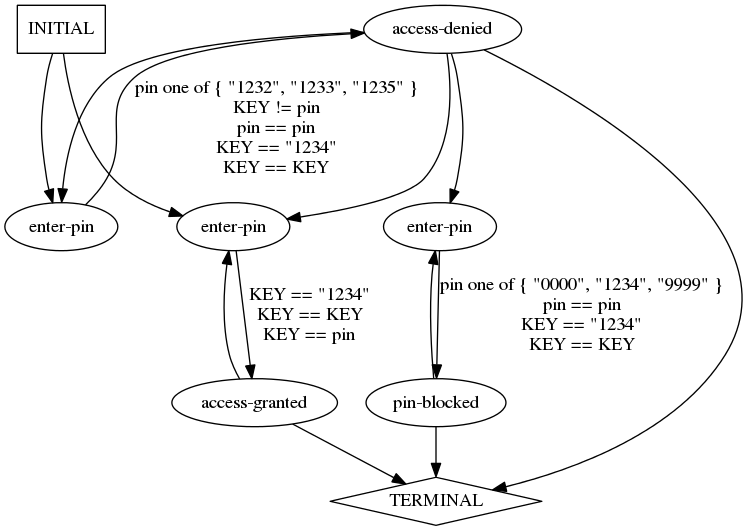
Earlier version of the Graphviz export traces/abstract/verify-pin/verify-pin.dot.png (ModelInference/synoptic). Its source is kept beside it as traces/abstract/verify-pin/verify-pin.dot.
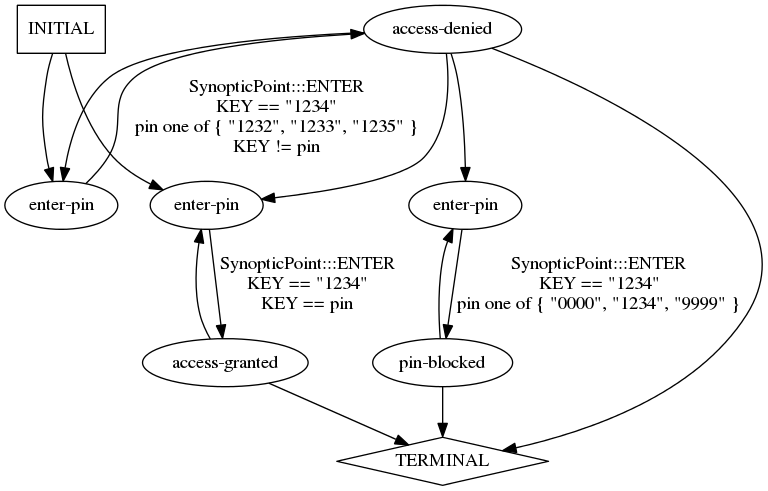
The same diagram one commit later.

What changed in the source:
```diff
@@ -13,9 +13,9 @@
 0->6 [label="",];
 1->3 [label="",];
 1->6 [label="",];
-2->0 [label="pin one of { \"1232\", \"1233\", \"1235\" }\nKEY != pin\npin == pin\nKEY == \"1234\"\nKEY == KEY",];
-3->1 [label="KEY == \"1234\"\nKEY == KEY\nKEY == pin",];
-4->5 [label="pin one of { \"0000\", \"1234\", \"9999\" }\npin == pin\nKEY == \"1234\"\nKEY == KEY",];
+2->0 [label="SynopticPoint:::ENTER\nKEY == \"1234\"\npin one of { \"1232\", \"1233\", \"1235\" }\nKEY != pin\n",];
+3->1 [label="SynopticPoint:::ENTER\nKEY == \"1234\"\nKEY == pin\n",];
+4->5 [label="SynopticPoint:::ENTER\nKEY == \"1234\"\npin one of { \"0000\", \"1234\", \"9999\" }\n",];
 5->4 [label="",];
 5->6 [label="",];
 7->3 [label="",];
```
